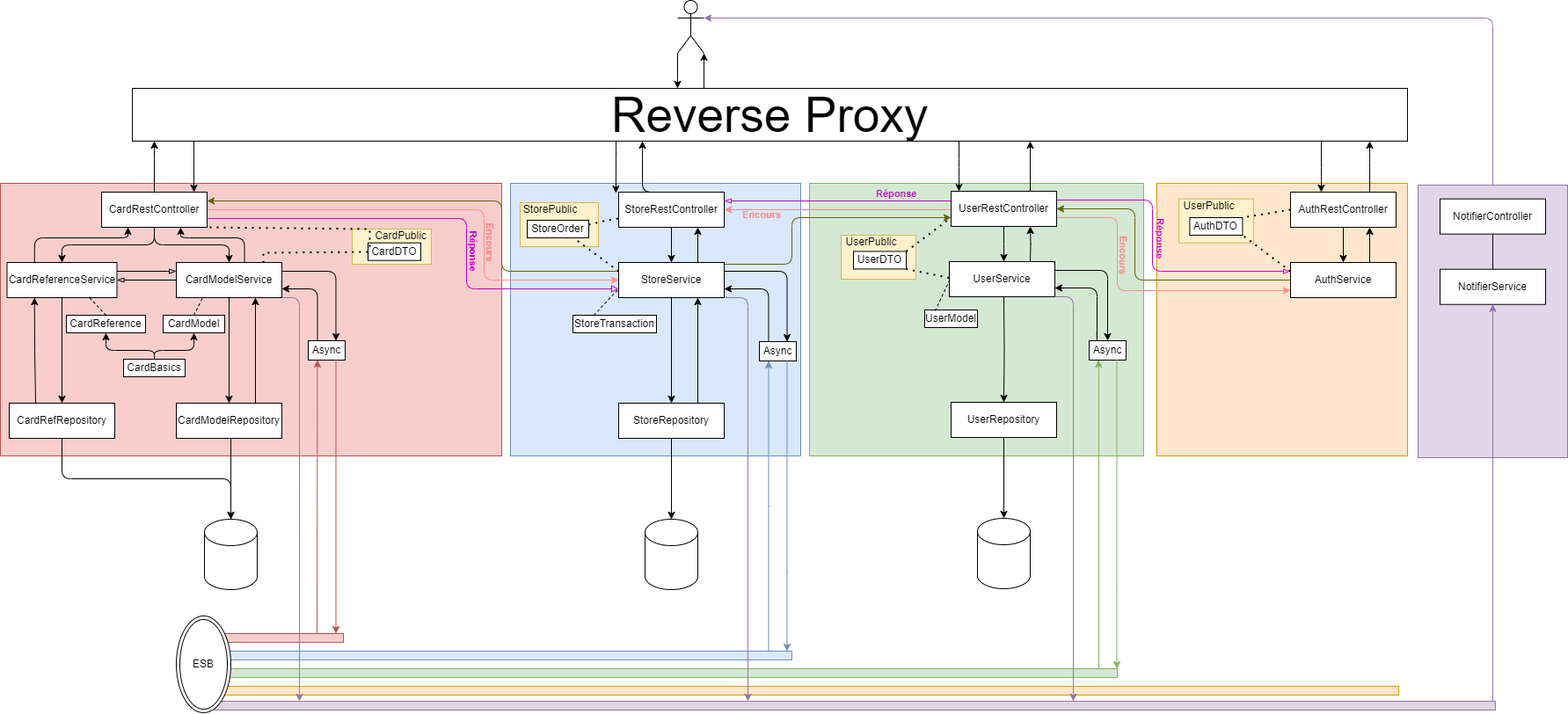
EnzoLouni/ASI-II-Groupe1 keeps this draw.io diagram as Archi/Archi.drawio.png. Above is the earlier version. Source tidied: cells renumbered, new cells last; positions are measured from the earlier drawing's top-left corner, leaving out a move shared by most shapes.
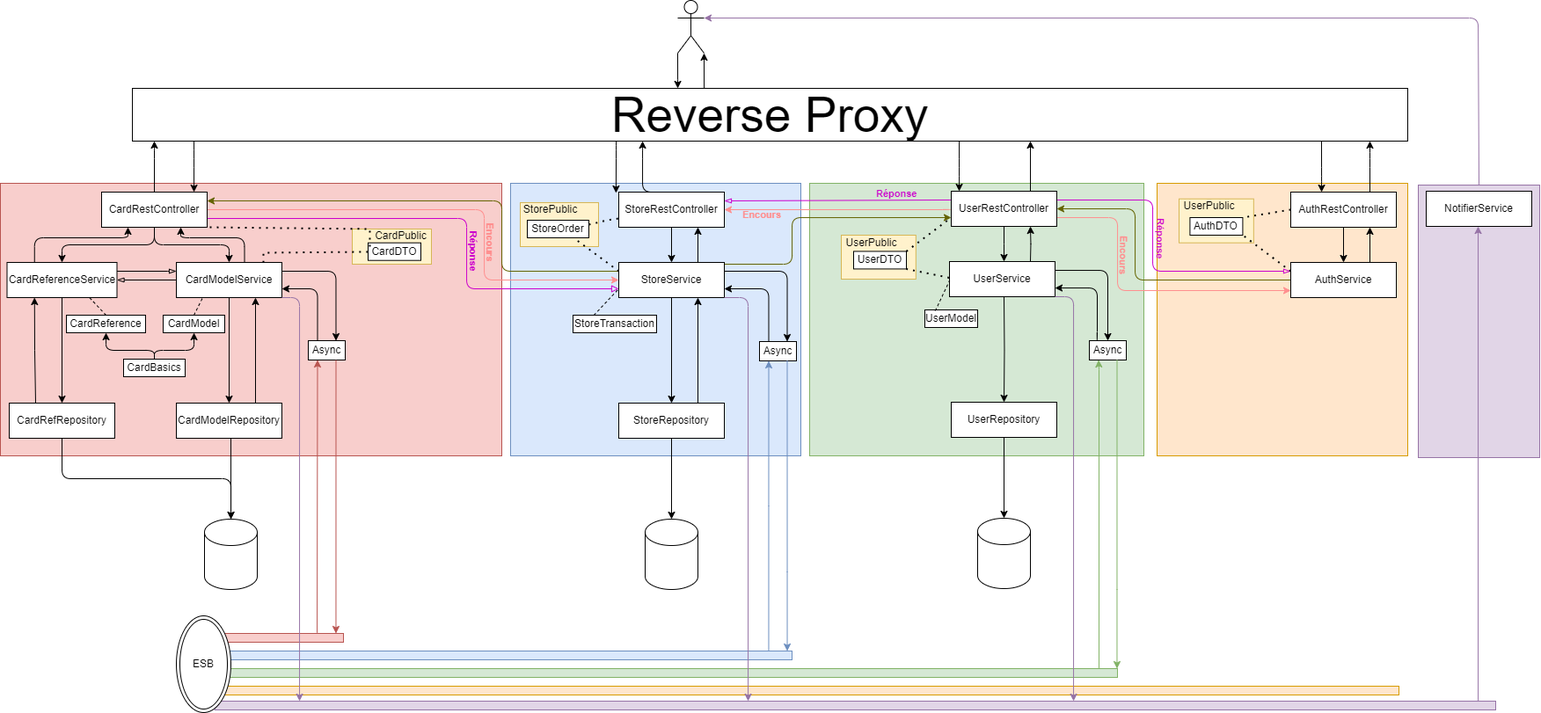
Later version of the same file.

Commit message:
Mettre à jour Archi.drawio.png

Change to the diagram source:
```diff
@@ -36,7 +36,7 @@
       <mxGeometry x="400" y="260" width="90" height="40" as="geometry" />
     </mxCell>
     <mxCell id="13" style="rounded=0;whiteSpace=wrap;html=1;fillColor=#e1d5e7;strokeColor=#9673a6;" parent="1" vertex="1">
-      <mxGeometry x="1612" y="210" width="170" height="310" as="geometry" />
+      <mxGeometry x="1612" y="210" width="138" height="310" as="geometry" />
     </mxCell>
     <mxCell id="14" style="edgeStyle=orthogonalEdgeStyle;rounded=1;jettySize=auto;html=1;" parent="1" edge="1" source="122" target="25">
       <mxGeometry relative="1" as="geometry">
@@ -428,14 +428,8 @@
     <mxCell id="96" style="shape=cylinder3;whiteSpace=wrap;html=1;boundedLbl=1;backgroundOutline=1;size=15;" parent="1" vertex="1">
       <mxGeometry x="1111" y="589" width="60" height="80" as="geometry" />
     </mxCell>
-    <mxCell id="97" style="edgeStyle=orthogonalEdgeStyle;rounded=0;jettySize=auto;html=1;exitX=0.5;exitY=1;exitDx=0;exitDy=0;endArrow=none;endFill=0;" parent="1" edge="1" source="98" target="99">
-      <mxGeometry relative="1" as="geometry" />
-    </mxCell>
-    <mxCell id="98" value="NotifierController" style="rounded=0;whiteSpace=wrap;html=1;" parent="1" vertex="1">
-      <mxGeometry x="1637" y="225.7" width="120" height="40" as="geometry" />
-    </mxCell>
     <mxCell id="99" value="NotifierService" style="rounded=0;whiteSpace=wrap;html=1;" parent="1" vertex="1">
-      <mxGeometry x="1637" y="305.7" width="120" height="40" as="geometry" />
+      <mxGeometry x="1621" y="217" width="120" height="40" as="geometry" />
     </mxCell>
     <mxCell id="100" style="edgeStyle=orthogonalEdgeStyle;rounded=0;jettySize=auto;html=1;exitX=0.786;exitY=0.1;exitDx=0;exitDy=0;entryX=0.25;entryY=1;entryDx=0;entryDy=0;exitPerimeter=0;fillColor=#f8cecc;strokeColor=#b85450;" parent="1" edge="1" source="101" target="112">
       <mxGeometry relative="1" as="geometry">
@@ -554,12 +548,17 @@
       </mxGeometry>
     </mxCell>
     <mxCell id="124" style="edgeStyle=orthogonalEdgeStyle;rounded=1;jettySize=auto;html=1;exitX=0.5;exitY=0;exitDx=0;exitDy=0;entryX=1;entryY=0.3333333333333333;entryDx=0;entryDy=0;entryPerimeter=0;fillColor=#e1d5e7;strokeColor=#9673a6;" parent="1" edge="1" source="13" target="19">
-      <mxGeometry relative="1" as="geometry" />
+      <mxGeometry relative="1" as="geometry">
+        <Array as="points">
+          <mxPoint x="1680" y="210" />
+          <mxPoint x="1680" y="20" />
+        </Array>
+      </mxGeometry>
     </mxCell>
     <mxCell id="125" style="edgeStyle=orthogonalEdgeStyle;rounded=0;jettySize=auto;html=1;exitX=1;exitY=0;exitDx=0;exitDy=0;entryX=0.5;entryY=1;entryDx=0;entryDy=0;fillColor=#e1d5e7;strokeColor=#9673a6;" parent="1" edge="1" source="126" target="99">
       <mxGeometry relative="1" as="geometry">
         <Array as="points">
-          <mxPoint x="1697" y="797" />
+          <mxPoint x="1680" y="797" />
         </Array>
       </mxGeometry>
     </mxCell>
```
